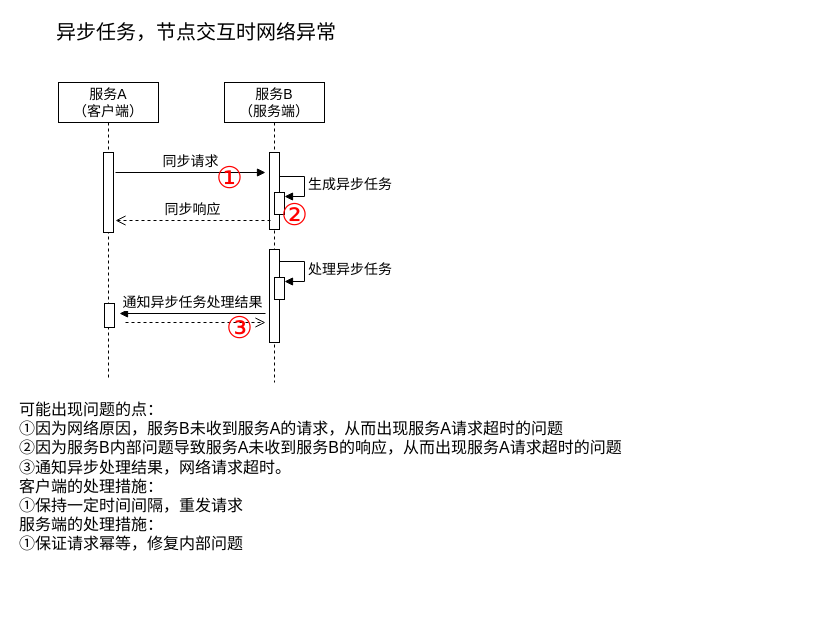
waterwatermelon/graph keeps this draw.io diagram as page "sequence-error-response-Common" (3 of 8) of BAS/BAS-Henan.drawio. Above is the earlier version. Source tidied: cells renumbered, new cells numbered last; positions are measured from the earlier drawing's top-left corner, leaving out a move shared by most shapes. Both pictures are drawn from the tidied source at 100%, with x=0, y=0 at pixel (17, 17).
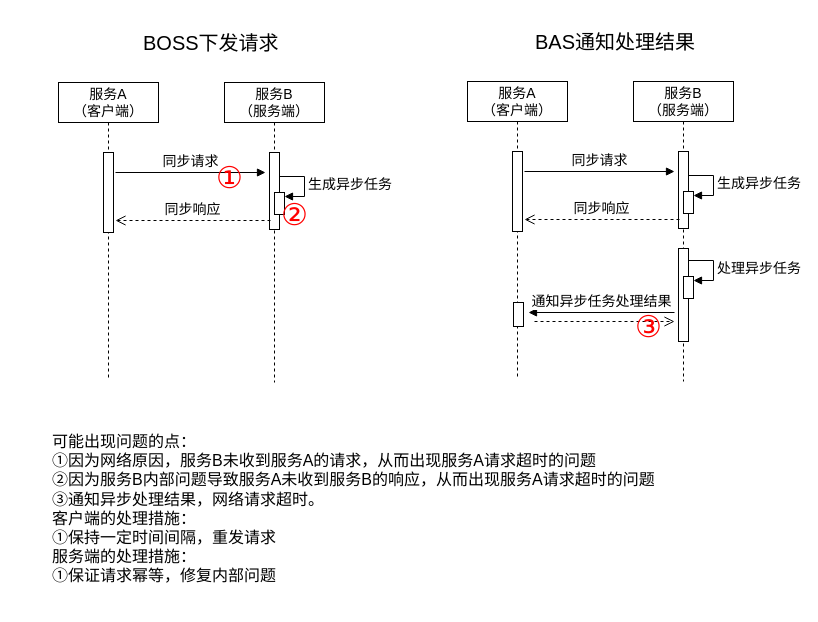
The same page after the edit.

Unchanged cells that the change refers to:
```xml
<mxCell id="4" value="服务B&lt;br&gt;（服务端）" style="shape=umlLifeline;perimeter=lifelinePerimeter;whiteSpace=wrap;html=1;fontSize=14;" parent="1" vertex="1">
  <mxGeometry x="207" y="65" width="100" height="300" as="geometry" />
</mxCell>
```

What changed in the source:
```diff
@@
-    <mxCell id="6" style="html=1;perimeter=orthogonalPerimeter;fontSize=14;" parent="4" vertex="1">
-      <mxGeometry x="45" y="167" width="10" height="93" as="geometry" />
-    </mxCell>
@@
-    <mxCell id="11" style="html=1;perimeter=orthogonalPerimeter;fontSize=14;" parent="1" vertex="1">
-      <mxGeometry x="87" y="286" width="10" height="24" as="geometry" />
-    </mxCell>
-    <mxCell id="12" value="通知异步任务处理结果" style="html=1;verticalAlign=bottom;endArrow=block;fontSize=14;" parent="1" edge="1">
-      <mxGeometry relative="1" as="geometry">
-        <mxPoint x="248" y="296" as="sourcePoint" />
-        <mxPoint x="102" y="296" as="targetPoint" />
-      </mxGeometry>
-    </mxCell>
-    <mxCell id="13" style="html=1;verticalAlign=bottom;endArrow=open;dashed=1;endSize=8;fontSize=14;" parent="1" edge="1">
-      <mxGeometry relative="1" as="geometry">
-        <mxPoint x="108" y="305" as="sourcePoint" />
-        <mxPoint x="248" y="305" as="targetPoint" />
-      </mxGeometry>
-    </mxCell>
@@
-    <mxCell id="15" value="&lt;font style=&quot;font-size: 30px&quot; color=&quot;#ff0000&quot;&gt;③&lt;br&gt;&lt;/font&gt;" style="text;html=1;align=left;verticalAlign=top;spacingTop=-4;" parent="1" vertex="1">
-      <mxGeometry x="207" y="290" width="40" height="20" as="geometry" />
-    </mxCell>
-    <mxCell id="16" style="html=1;perimeter=orthogonalPerimeter;fontSize=14;" parent="1" vertex="1">
-      <mxGeometry x="257" y="260" width="10" height="22" as="geometry" />
-    </mxCell>
-    <mxCell id="17" value="处理异步任务" style="edgeStyle=orthogonalEdgeStyle;html=1;align=left;spacingLeft=2;endArrow=block;rounded=0;entryX=1;entryY=0;fontSize=14;" parent="1" edge="1">
-      <mxGeometry relative="1" as="geometry">
-        <mxPoint x="262" y="244" as="sourcePoint" />
-        <mxPoint x="267" y="264" as="targetPoint" />
-        <Array as="points">
-          <mxPoint x="287" y="244" />
-        </Array>
-      </mxGeometry>
-    </mxCell>
-    <mxCell id="18" value="&lt;font style=&quot;font-size: 20px&quot;&gt;异步任务，节点交互时网络异常&lt;/font&gt;" style="text;html=1;align=left;verticalAlign=top;spacingTop=-4;" parent="1" vertex="1">
-      <mxGeometry x="37" width="300" height="20" as="geometry" />
+    <mxCell id="18" value="&lt;span style=&quot;font-size: 20px&quot;&gt;BOSS下发请求&lt;/span&gt;" style="text;html=1;align=left;verticalAlign=top;spacingTop=-4;" parent="1" vertex="1">
+      <mxGeometry x="124" y="11" width="146" height="17" as="geometry" />
     </mxCell>
@@
     <mxCell id="20" value="&lt;font style=&quot;font-size: 16px&quot;&gt;可能出现问题的点：&lt;br&gt;①因为网络原因，服务B未收到服务A的请求，从而出现服务A请求超时的问题&lt;br&gt;②因为服务B内部问题导致服务A未收到服务B的响应，从而出现服务A请求超时的问题&lt;br&gt;③通知异步处理结果，网络请求超时。&lt;br&gt;客户端的处理措施：&lt;br&gt;①保持一定时间间隔，重发请求&lt;br&gt;服务端的处理措施：&lt;br&gt;①保证请求幂等，修复内部问题&lt;br&gt;&lt;br&gt;&lt;/font&gt;" style="text;html=1;align=left;verticalAlign=top;spacingTop=-4;" parent="1" vertex="1">
-      <mxGeometry y="380" width="620" height="140" as="geometry" />
+      <mxGeometry x="33" y="412" width="620" height="140" as="geometry" />
     </mxCell>
+    <mxCell id="21" value="服务A&lt;br&gt;（客户端）" style="shape=umlLifeline;perimeter=lifelinePerimeter;whiteSpace=wrap;html=1;fontSize=14;" parent="1" vertex="1">
+      <mxGeometry x="450" y="64" width="100" height="295" as="geometry" />
+    </mxCell>
+    <mxCell id="22" style="html=1;perimeter=orthogonalPerimeter;fontSize=14;" parent="21" vertex="1">
+      <mxGeometry x="45" y="70" width="10" height="80" as="geometry" />
+    </mxCell>
+    <mxCell id="23" value="服务B&lt;br&gt;（服务端）" style="shape=umlLifeline;perimeter=lifelinePerimeter;whiteSpace=wrap;html=1;fontSize=14;" parent="1" vertex="1">
+      <mxGeometry x="616" y="64" width="100" height="300" as="geometry" />
+    </mxCell>
+    <mxCell id="24" style="html=1;perimeter=orthogonalPerimeter;fontSize=14;" parent="23" vertex="1">
+      <mxGeometry x="45" y="70" width="10" height="77" as="geometry" />
+    </mxCell>
+    <mxCell id="6" style="html=1;perimeter=orthogonalPerimeter;fontSize=14;" parent="23" vertex="1">
+      <mxGeometry x="45" y="167" width="10" height="93" as="geometry" />
+    </mxCell>
+    <mxCell id="25" value="同步请求" style="html=1;verticalAlign=bottom;endArrow=block;fontSize=14;" parent="1" edge="1">
+      <mxGeometry relative="1" as="geometry">
+        <mxPoint x="507" y="154" as="sourcePoint" />
+        <mxPoint x="657" y="154" as="targetPoint" />
+      </mxGeometry>
+    </mxCell>
+    <mxCell id="26" value="同步响应" style="html=1;verticalAlign=bottom;endArrow=open;dashed=1;endSize=8;fontSize=14;" parent="1" edge="1">
+      <mxGeometry relative="1" as="geometry">
+        <mxPoint x="662" y="202" as="sourcePoint" />
+        <mxPoint x="507" y="202" as="targetPoint" />
+      </mxGeometry>
+    </mxCell>
+    <mxCell id="27" style="html=1;perimeter=orthogonalPerimeter;fontSize=14;" parent="1" vertex="1">
+      <mxGeometry x="666" y="174" width="10" height="22" as="geometry" />
+    </mxCell>
+    <mxCell id="28" value="生成异步任务" style="edgeStyle=orthogonalEdgeStyle;html=1;align=left;spacingLeft=2;endArrow=block;rounded=0;entryX=1;entryY=0;fontSize=14;" parent="1" edge="1">
+      <mxGeometry relative="1" as="geometry">
+        <mxPoint x="671" y="158" as="sourcePoint" />
+        <mxPoint x="676" y="178" as="targetPoint" />
+        <Array as="points">
+          <mxPoint x="696" y="158" />
+        </Array>
+      </mxGeometry>
+    </mxCell>
+    <mxCell id="29" style="html=1;perimeter=orthogonalPerimeter;fontSize=14;" parent="1" vertex="1">
+      <mxGeometry x="496" y="285" width="10" height="24" as="geometry" />
+    </mxCell>
+    <mxCell id="12" value="通知异步任务处理结果" style="html=1;verticalAlign=bottom;endArrow=block;fontSize=14;" parent="1" edge="1">
+      <mxGeometry relative="1" as="geometry">
+        <mxPoint x="657" y="295" as="sourcePoint" />
+        <mxPoint x="511" y="295" as="targetPoint" />
+      </mxGeometry>
+    </mxCell>
+    <mxCell id="30" style="html=1;verticalAlign=bottom;endArrow=open;dashed=1;endSize=8;fontSize=14;" parent="1" edge="1">
+      <mxGeometry relative="1" as="geometry">
+        <mxPoint x="517" y="304" as="sourcePoint" />
+        <mxPoint x="657" y="304" as="targetPoint" />
+      </mxGeometry>
+    </mxCell>
+    <mxCell id="15" value="&lt;font style=&quot;font-size: 30px&quot; color=&quot;#ff0000&quot;&gt;③&lt;br&gt;&lt;/font&gt;" style="text;html=1;align=left;verticalAlign=top;spacingTop=-4;" parent="1" vertex="1">
+      <mxGeometry x="616" y="289" width="40" height="20" as="geometry" />
+    </mxCell>
+    <mxCell id="31" style="html=1;perimeter=orthogonalPerimeter;fontSize=14;" parent="1" vertex="1">
+      <mxGeometry x="666" y="259" width="10" height="22" as="geometry" />
+    </mxCell>
+    <mxCell id="17" value="处理异步任务" style="edgeStyle=orthogonalEdgeStyle;html=1;align=left;spacingLeft=2;endArrow=block;rounded=0;entryX=1;entryY=0;fontSize=14;" parent="1" edge="1">
+      <mxGeometry relative="1" as="geometry">
+        <mxPoint x="671" y="243" as="sourcePoint" />
+        <mxPoint x="676" y="263" as="targetPoint" />
+        <Array as="points">
+          <mxPoint x="696" y="243" />
+        </Array>
+      </mxGeometry>
+    </mxCell>
+    <mxCell id="32" value="&lt;span style=&quot;font-size: 20px&quot;&gt;BAS通知处理结果&lt;/span&gt;" style="text;html=1;align=left;verticalAlign=top;spacingTop=-4;" parent="1" vertex="1">
+      <mxGeometry x="516" y="10" width="170" height="17" as="geometry" />
+    </mxCell>
```
